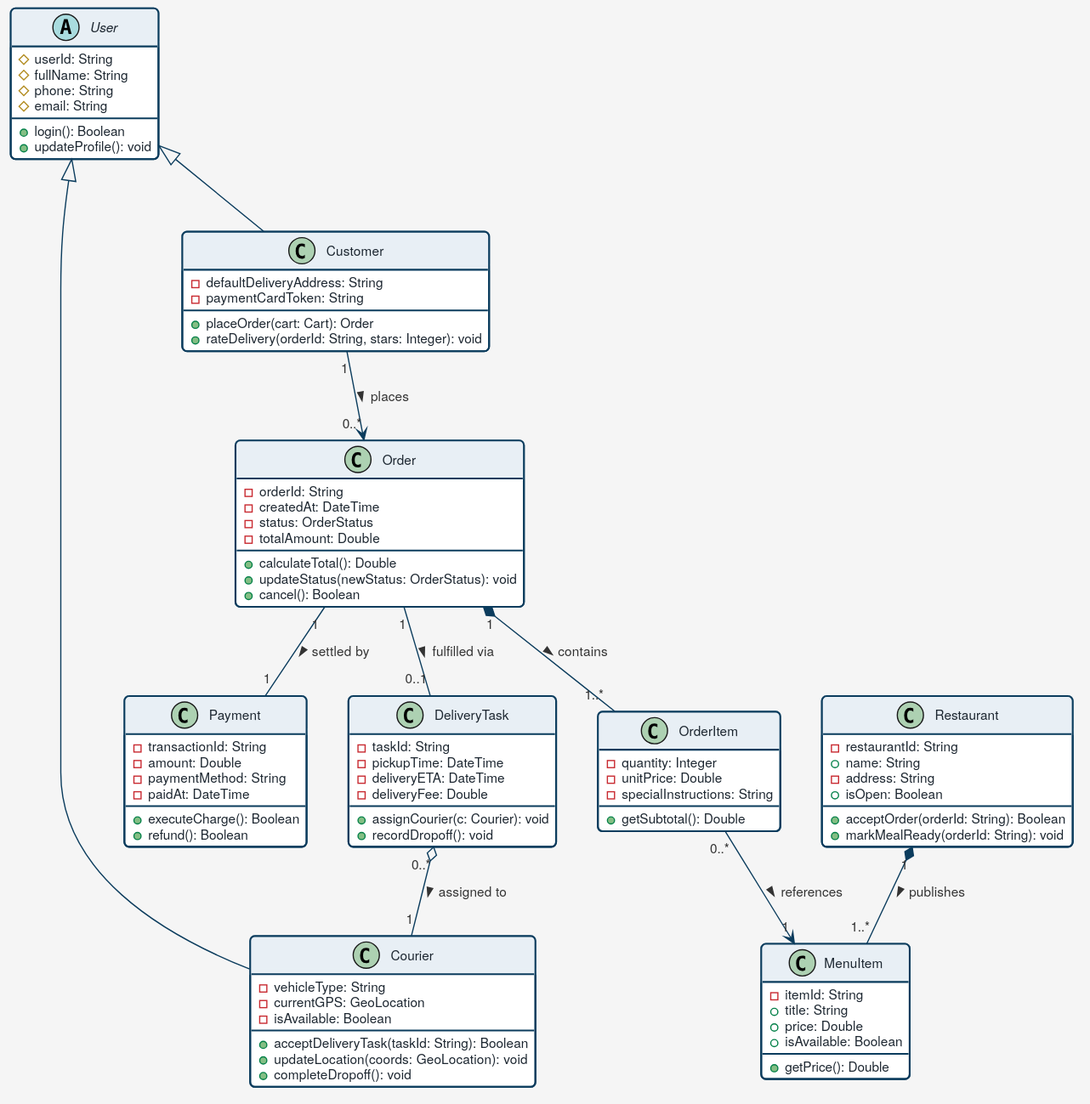
nlhsueh/teach keeps this PlantUML diagram as SE/img/ch04/food_delivery/food_delivery_class.svg. Above is the earlier version. Its diagram source:
```plantuml
@startuml
skinparam backgroundColor #f5f5f5
skinparam defaultFontName "Helvetica Neue", Arial, sans-serif
skinparam roundCorner 8
skinparam shadowing false

skinparam class {
  BackgroundColor #ffffff
  BorderColor #0b3c5d
  BorderThickness 1.5
  FontColor #0b3c5d
  HeaderBackgroundColor #e8eff5
  AttributeFontColor #1d2731
  AttributeFontSize 11
  OperationFontColor #1d2731
  OperationFontSize 11
}

skinparam arrow {
  Color #0b3c5d
  FontColor #333333
  FontSize 11
}

abstract class User {
  # userId: String
  # fullName: String
  # phone: String
  # email: String
  + login(): Boolean
  + updateProfile(): void
}

class Customer {
  - defaultDeliveryAddress: String
  - paymentCardToken: String
  + placeOrder(cart: Cart): Order
  + rateDelivery(orderId: String, stars: Integer): void
}

class Courier {
  - vehicleType: String
  - currentGPS: GeoLocation
  - isAvailable: Boolean
  + acceptDeliveryTask(taskId: String): Boolean
  + updateLocation(coords: GeoLocation): void
  + completeDropoff(): void
}

class Restaurant {
  - restaurantId: String
  + name: String
  - address: String
  + isOpen: Boolean
  + acceptOrder(orderId: String): Boolean
  + markMealReady(orderId: String): void
}

class MenuItem {
  - itemId: String
  + title: String
  + price: Double
  + isAvailable: Boolean
  + getPrice(): Double
}

class Order {
  - orderId: String
  - createdAt: DateTime
  - status: OrderStatus
  - totalAmount: Double
  + calculateTotal(): Double
  + updateStatus(newStatus: OrderStatus): void
  + cancel(): Boolean
}

class OrderItem {
  - quantity: Integer
  - unitPrice: Double
  - specialInstructions: String
  + getSubtotal(): Double
}

class DeliveryTask {
  - taskId: String
  - pickupTime: DateTime
  - deliveryETA: DateTime
  - deliveryFee: Double
  + assignCourier(c: Courier): void
  + recordDropoff(): void
}

class Payment {
  - transactionId: String
  - amount: Double
  - paymentMethod: String
  - paidAt: DateTime
  + executeCharge(): Boolean
  + refund(): Boolean
}

User <|-- Customer
User <|-- Courier

Restaurant "1" *-- "1..*" MenuItem : publishes >
Order "1" *-- "1..*" OrderItem : contains >

OrderItem "0..*" --> "1" MenuItem : references >
Customer "1" --> "0..*" Order : places >
Order "1" -- "1" Payment : settled by >
Order "1" -- "0..1" DeliveryTask : fulfilled via >

DeliveryTask "0..*" o-- "1" Courier : assigned to >
@enduml
```
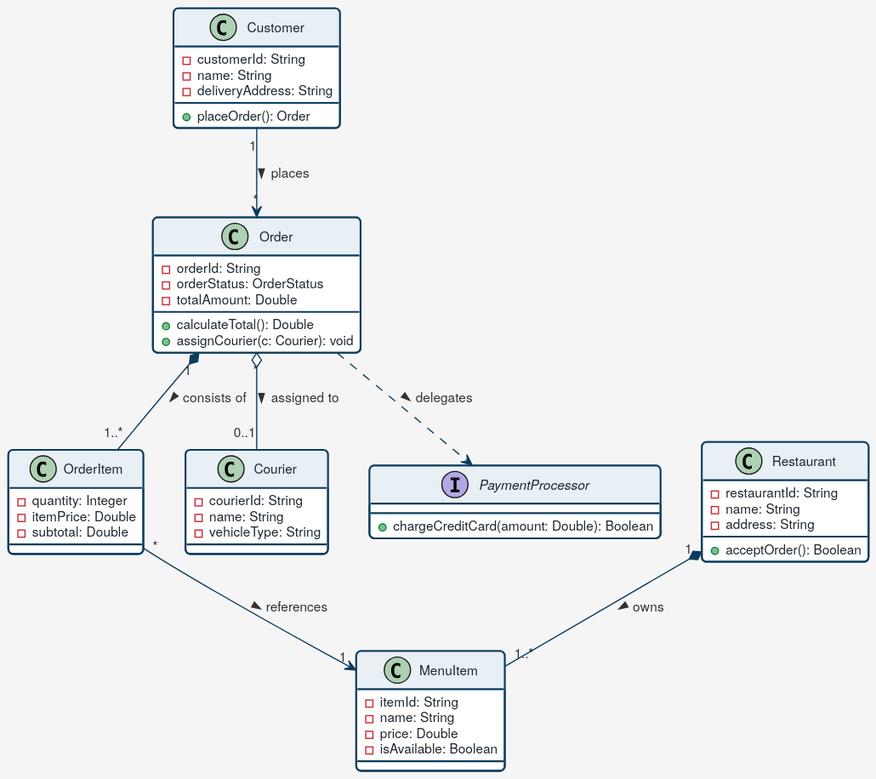
Above is the later version.

What changed in the source:
```diff
@@ -22,93 +22,55 @@
   FontSize 11
 }
 
-abstract class User {
-  # userId: String
-  # fullName: String
-  # phone: String
-  # email: String
-  + login(): Boolean
-  + updateProfile(): void
-}
-
 class Customer {
-  - defaultDeliveryAddress: String
-  - paymentCardToken: String
-  + placeOrder(cart: Cart): Order
-  + rateDelivery(orderId: String, stars: Integer): void
-}
-
-class Courier {
-  - vehicleType: String
-  - currentGPS: GeoLocation
-  - isAvailable: Boolean
-  + acceptDeliveryTask(taskId: String): Boolean
-  + updateLocation(coords: GeoLocation): void
-  + completeDropoff(): void
+  - customerId: String
+  - name: String
+  - deliveryAddress: String
+  + placeOrder(): Order
 }
 
 class Restaurant {
   - restaurantId: String
-  + name: String
+  - name: String
   - address: String
-  + isOpen: Boolean
-  + acceptOrder(orderId: String): Boolean
-  + markMealReady(orderId: String): void
+  + acceptOrder(): Boolean
 }
 
 class MenuItem {
   - itemId: String
-  + title: String
-  + price: Double
-  + isAvailable: Boolean
-  + getPrice(): Double
+  - name: String
+  - price: Double
+  - isAvailable: Boolean
 }
 
 class Order {
   - orderId: String
-  - createdAt: DateTime
-  - status: OrderStatus
+  - orderStatus: OrderStatus
   - totalAmount: Double
   + calculateTotal(): Double
-  + updateStatus(newStatus: OrderStatus): void
-  + cancel(): Boolean
+  + assignCourier(c: Courier): void
 }
 
 class OrderItem {
   - quantity: Integer
-  - unitPrice: Double
-  - specialInstructions: String
-  + getSubtotal(): Double
+  - itemPrice: Double
+  - subtotal: Double
 }
 
-class DeliveryTask {
-  - taskId: String
-  - pickupTime: DateTime
-  - deliveryETA: DateTime
-  - deliveryFee: Double
-  + assignCourier(c: Courier): void
-  + recordDropoff(): void
+class Courier {
+  - courierId: String
+  - name: String
+  - vehicleType: String
 }
 
-class Payment {
-  - transactionId: String
-  - amount: Double
-  - paymentMethod: String
-  - paidAt: DateTime
-  + executeCharge(): Boolean
-  + refund(): Boolean
+interface PaymentProcessor {
+  + chargeCreditCard(amount: Double): Boolean
 }
 
-User <|-- Customer
-User <|-- Courier
-
-Restaurant "1" *-- "1..*" MenuItem : publishes >
-Order "1" *-- "1..*" OrderItem : contains >
-
-OrderItem "0..*" --> "1" MenuItem : references >
-Customer "1" --> "0..*" Order : places >
-Order "1" -- "1" Payment : settled by >
-Order "1" -- "0..1" DeliveryTask : fulfilled via >
-
-DeliveryTask "0..*" o-- "1" Courier : assigned to >
+Restaurant "1" *-- "1..*" MenuItem : owns >
+Order "1" *-- "1..*" OrderItem : consists of >
+OrderItem "*" --> "1" MenuItem : references >
+Customer "1" --> "*" Order : places >
+Order "*" o-- "0..1" Courier : assigned to >
+Order ..> PaymentProcessor : delegates >
 @enduml
```
